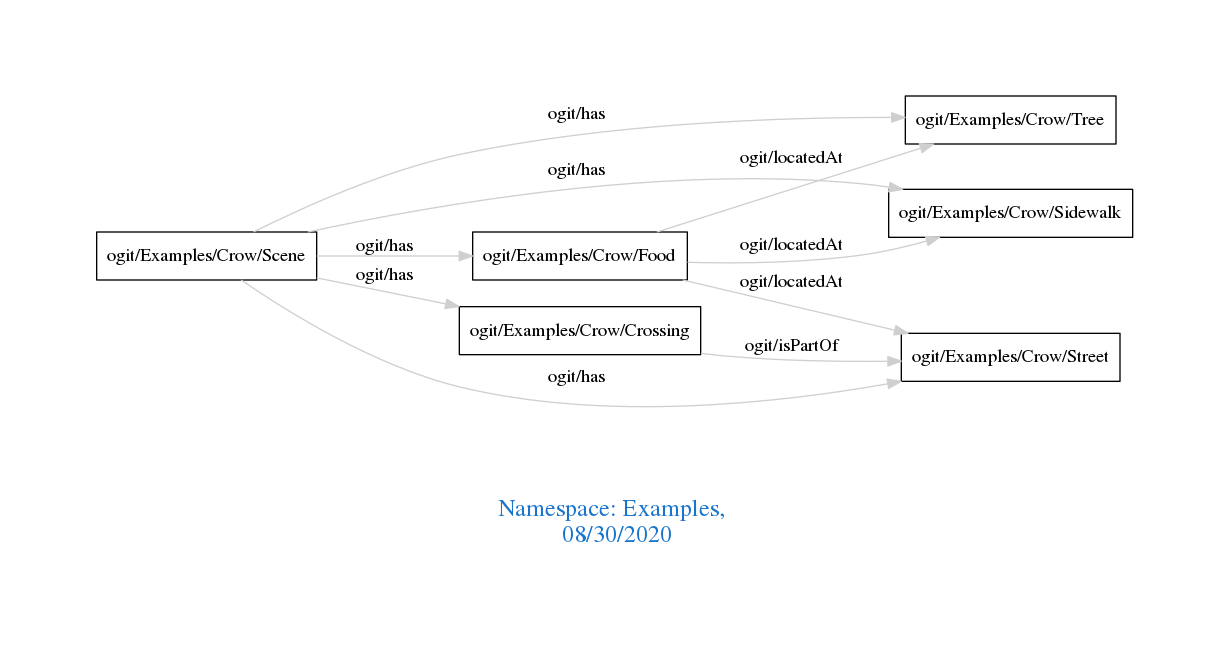
Before: downloads/Examples.png, a diagram exported from Graphviz (arago/OGIT). Its source is kept beside it as downloads/Examples.dot.
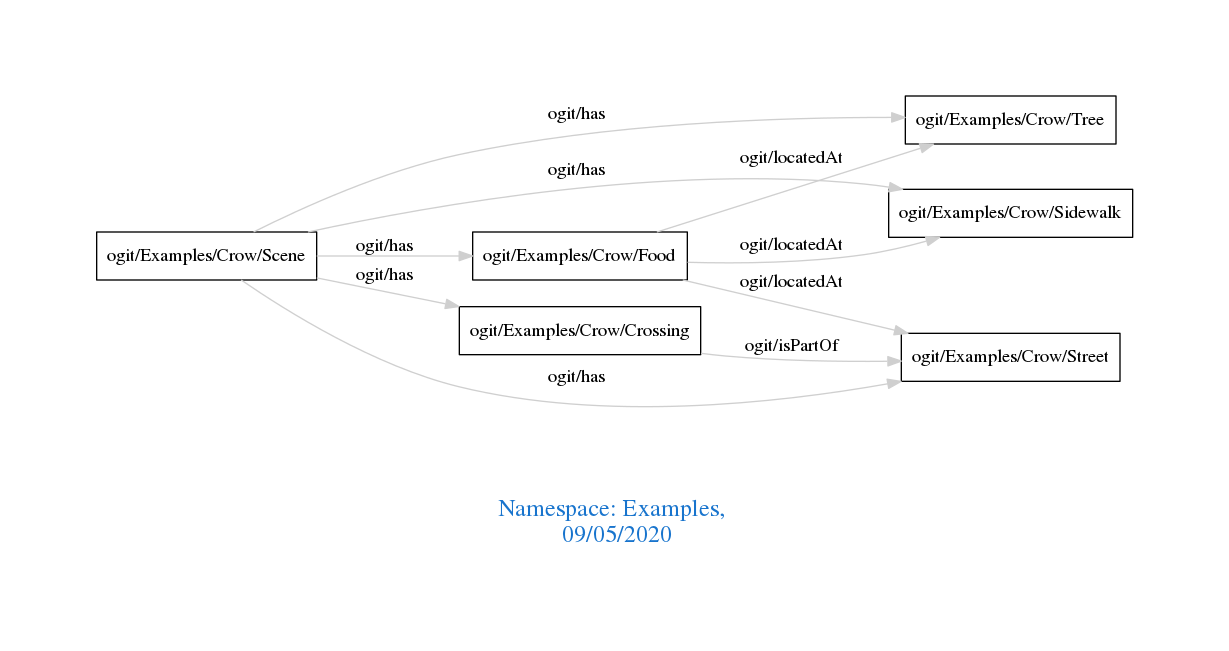
After the commit.

What changed in the source:
```diff
@@ -1,7 +1,7 @@
 digraph OGIT_ontology {
  graph [ rankdir= LR,pad=1
 fontsize = 18,
-fontcolor= dodgerblue3,label = "\n\n\nNamespace: Examples, \n 08/30/2020"];
+fontcolor= dodgerblue3,label = "\n\n\nNamespace: Examples, \n 09/05/2020"];
 node[shape=polygon];
 edge [  color="gray81"];
 
```
